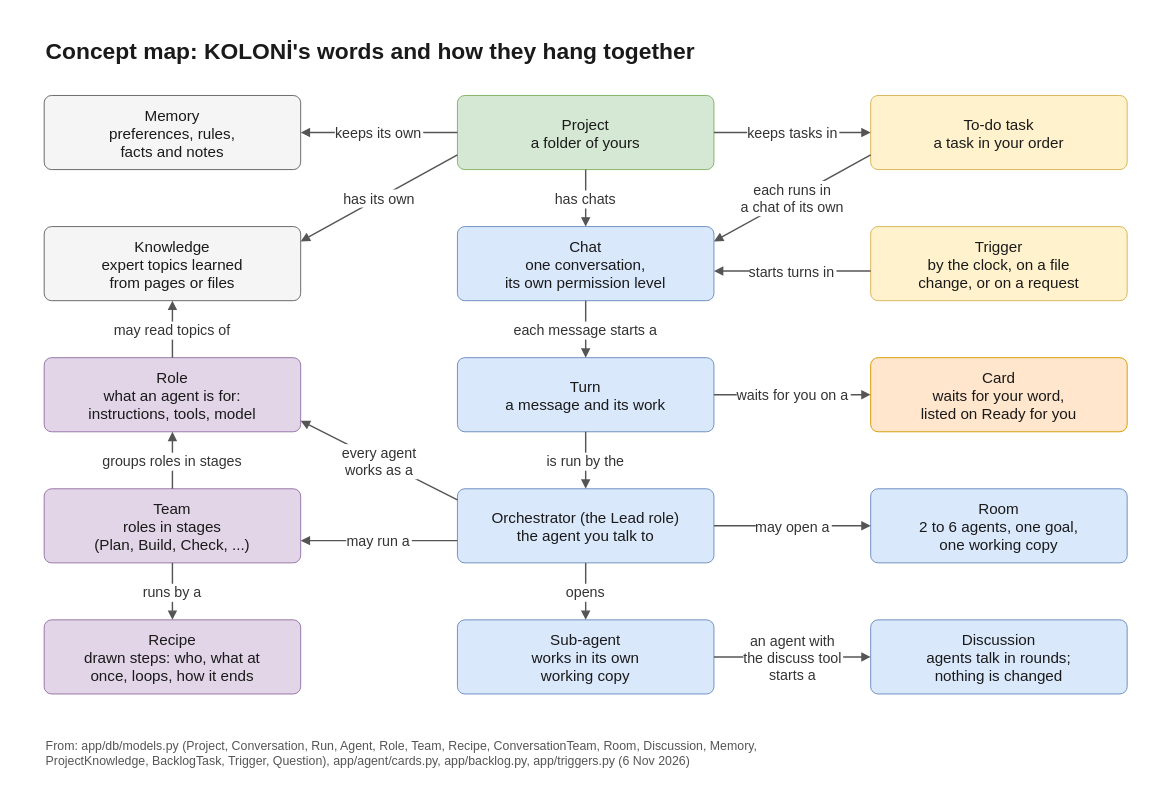
Earlier version of the draw.io diagram docs/diagrams/concept-map.drawio (flyingriverhorse/Koloni). Source tidied: cells renumbered, new cells numbered last; positions are measured from the earlier drawing's top-left corner, leaving out a move shared by most shapes. Both pictures are drawn from the tidied source at 95%, with x=0, y=0 at pixel (15, 15).
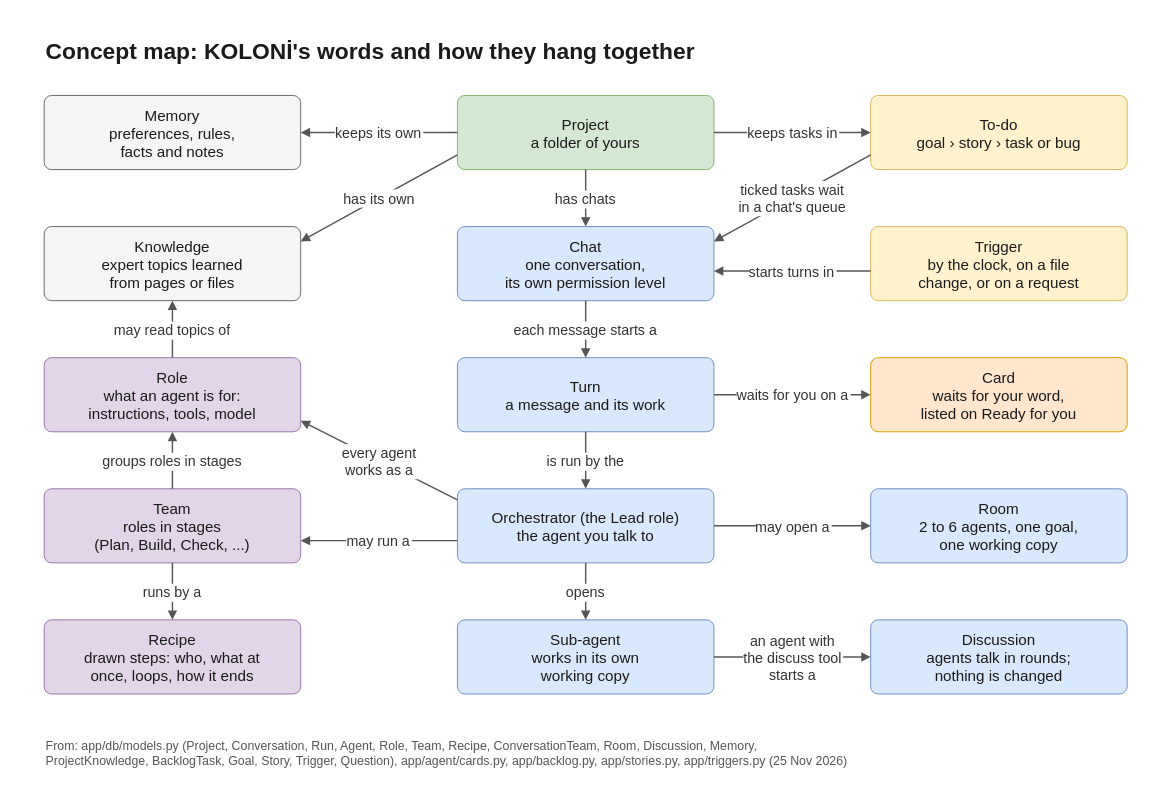
The same page after the edit.

The change refers to these unchanged cells:
```xml
<mxCell id="10" value="Chat&#10;one conversation,&#10;its own permission level" style="rounded=1;arcSize=10;fillColor=#dae8fc;strokeColor=#6c8ebf;fontFamily=Helvetica;fontColor=#1a1a1a;fontSize=16;spacing=6;" parent="1" vertex="1">
  <mxGeometry x="465" y="222" width="270" height="78" as="geometry" />
</mxCell>
```

Change to the diagram source:
```diff
@@
-    <mxCell id="14" value="To-do task&#10;a task in your order" style="rounded=1;arcSize=10;fillColor=#fff2cc;strokeColor=#d6b656;fontFamily=Helvetica;fontColor=#1a1a1a;fontSize=16;spacing=6;" parent="1" vertex="1">
+    <mxCell id="14" value="To-do&#10;goal › story › task or bug" style="rounded=1;arcSize=10;fillColor=#fff2cc;strokeColor=#d6b656;fontFamily=Helvetica;fontColor=#1a1a1a;fontSize=16;spacing=6;" parent="1" vertex="1">
       <mxGeometry x="900" y="84" width="270" height="78" as="geometry" />
     </mxCell>
@@
-    <mxCell id="23" value="each runs in&#10;a chat of its own" style="endArrow=block;endFill=1;strokeColor=#555555;strokeWidth=1.5;fontFamily=Helvetica;fontSize=15;fontColor=#333333;labelBackgroundColor=#ffffff;exitX=0;exitY=0.8;entryX=1;entryY=0.2;" parent="1" edge="1" source="14" target="10">
+    <mxCell id="23" value="ticked tasks wait&#10;in a chat's queue" style="endArrow=block;endFill=1;strokeColor=#555555;strokeWidth=1.5;fontFamily=Helvetica;fontSize=15;fontColor=#333333;labelBackgroundColor=#ffffff;exitX=0;exitY=0.8;entryX=1;entryY=0.2;" parent="1" edge="1" source="14" target="10">
       <mxGeometry relative="1" as="geometry" />
     </mxCell>
@@
-    <mxCell id="36" value="From: app/db/models.py (Project, Conversation, Run, Agent, Role, Team, Recipe, ConversationTeam, Room, Discussion, Memory,&#10;ProjectKnowledge, BacklogTask, Trigger, Question), app/agent/cards.py, app/backlog.py, app/triggers.py (6 Nov 2026)" style="text;strokeColor=none;fillColor=none;fontFamily=Helvetica;fontColor=#555555;fontSize=13;align=left;verticalAlign=top;" parent="1" vertex="1">
+    <mxCell id="36" value="From: app/db/models.py (Project, Conversation, Run, Agent, Role, Team, Recipe, ConversationTeam, Room, Discussion, Memory,&#10;ProjectKnowledge, BacklogTask, Goal, Story, Trigger, Question), app/agent/cards.py, app/backlog.py, app/stories.py, app/triggers.py (25 Nov 2026)" style="text;strokeColor=none;fillColor=none;fontFamily=Helvetica;fontColor=#555555;fontSize=13;align=left;verticalAlign=top;" parent="1" vertex="1">
       <mxGeometry x="30" y="754" width="1140" height="40" as="geometry" />
     </mxCell>
```
